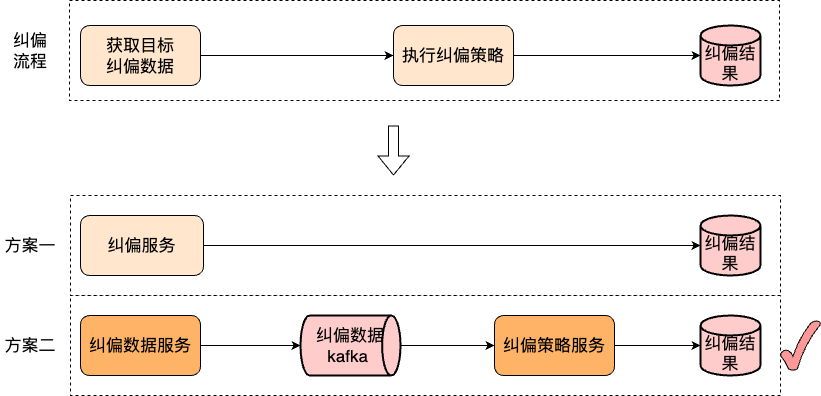
This is work-draw-file/纠偏之支持不同的纠偏策略.png from liujunao/draw-data, a draw.io export, as it was before one commit. Source tidied: cells renumbered, new cells last; positions are measured from the earlier drawing's top-left corner, leaving out a move shared by most shapes.
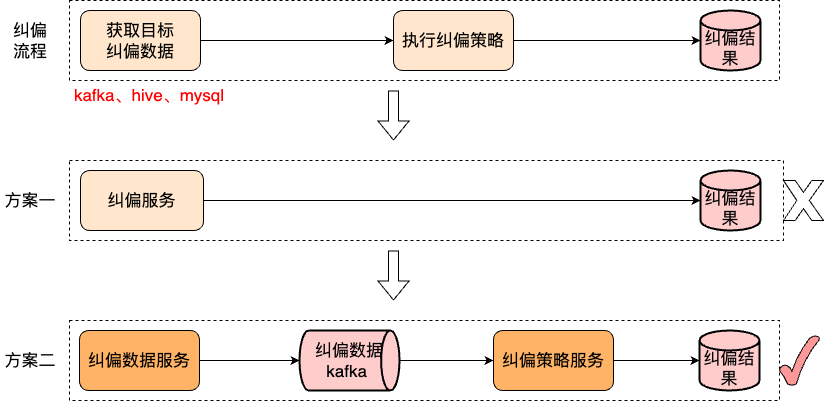
Later version of the same file.

Commit message:
更新纠偏之支持不同的纠偏策略.png

What changed in the source:
```diff
@@ -3,76 +3,88 @@
     <mxCell id="0" />
     <mxCell id="1" parent="0" />
     <mxCell id="2" style="rounded=0;whiteSpace=wrap;html=1;dashed=1;" parent="1" vertex="1">
-      <mxGeometry x="69" width="710" height="100" as="geometry" />
+      <mxGeometry x="62" y="-25" width="710" height="80" as="geometry" />
     </mxCell>
     <mxCell id="3" style="rounded=0;whiteSpace=wrap;html=1;dashed=1;" parent="1" vertex="1">
-      <mxGeometry x="70" y="295" width="710" height="100" as="geometry" />
+      <mxGeometry x="62" y="295" width="710" height="80" as="geometry" />
     </mxCell>
     <mxCell id="4" style="rounded=0;whiteSpace=wrap;html=1;dashed=1;" parent="1" vertex="1">
-      <mxGeometry x="70" y="195" width="710" height="100" as="geometry" />
+      <mxGeometry x="62" y="135" width="714" height="80" as="geometry" />
     </mxCell>
     <mxCell id="5" style="edgeStyle=orthogonalEdgeStyle;rounded=0;jettySize=auto;html=1;exitX=1;exitY=0.5;exitDx=0;exitDy=0;" parent="1" edge="1" source="6" target="8">
       <mxGeometry relative="1" as="geometry" />
     </mxCell>
     <mxCell id="6" value="&lt;font size=&quot;3&quot;&gt;纠偏数据服务&lt;/font&gt;" style="rounded=1;whiteSpace=wrap;html=1;fillColor=#FFB366;" parent="1" vertex="1">
-      <mxGeometry x="80" y="315" width="120" height="60" as="geometry" />
+      <mxGeometry x="72" y="305" width="120" height="60" as="geometry" />
     </mxCell>
     <mxCell id="7" style="edgeStyle=orthogonalEdgeStyle;rounded=0;jettySize=auto;html=1;exitX=1;exitY=0.5;exitDx=0;exitDy=0;exitPerimeter=0;entryX=0;entryY=0.5;entryDx=0;entryDy=0;" parent="1" edge="1" source="8" target="10">
       <mxGeometry relative="1" as="geometry" />
     </mxCell>
     <mxCell id="8" value="&lt;font size=&quot;3&quot;&gt;纠偏数据&lt;br&gt;kafka&amp;nbsp;&lt;/font&gt;" style="strokeWidth=2;html=1;shape=mxgraph.flowchart.direct_data;whiteSpace=wrap;fillColor=#FFCCCC;" parent="1" vertex="1">
-      <mxGeometry x="300" y="315" width="100" height="60" as="geometry" />
+      <mxGeometry x="292" y="305" width="100" height="60" as="geometry" />
     </mxCell>
     <mxCell id="9" style="edgeStyle=orthogonalEdgeStyle;rounded=0;jettySize=auto;html=1;exitX=1;exitY=0.5;exitDx=0;exitDy=0;" parent="1" edge="1" source="10" target="16">
       <mxGeometry relative="1" as="geometry" />
     </mxCell>
     <mxCell id="10" value="&lt;font size=&quot;3&quot;&gt;纠偏策略服务&lt;/font&gt;" style="rounded=1;whiteSpace=wrap;html=1;fillColor=#FFB366;" parent="1" vertex="1">
-      <mxGeometry x="494" y="315" width="120" height="60" as="geometry" />
+      <mxGeometry x="486" y="305" width="120" height="60" as="geometry" />
     </mxCell>
     <mxCell id="11" style="edgeStyle=orthogonalEdgeStyle;rounded=0;jettySize=auto;html=1;exitX=1;exitY=0.5;exitDx=0;exitDy=0;" parent="1" edge="1" source="12" target="14">
       <mxGeometry relative="1" as="geometry" />
     </mxCell>
     <mxCell id="12" value="&lt;font size=&quot;3&quot;&gt;获取目标&lt;br&gt;纠偏数据&lt;/font&gt;" style="rounded=1;whiteSpace=wrap;html=1;fillColor=#FFE6CC;" parent="1" vertex="1">
-      <mxGeometry x="80" y="25" width="120" height="60" as="geometry" />
+      <mxGeometry x="73" y="-15" width="120" height="60" as="geometry" />
     </mxCell>
     <mxCell id="13" style="edgeStyle=orthogonalEdgeStyle;rounded=0;jettySize=auto;html=1;exitX=1;exitY=0.5;exitDx=0;exitDy=0;" parent="1" edge="1" source="14" target="15">
       <mxGeometry relative="1" as="geometry" />
     </mxCell>
     <mxCell id="14" value="&lt;font size=&quot;3&quot;&gt;执行纠偏策略&lt;/font&gt;" style="rounded=1;whiteSpace=wrap;html=1;fillColor=#FFE6CC;" parent="1" vertex="1">
-      <mxGeometry x="393" y="25" width="120" height="60" as="geometry" />
+      <mxGeometry x="386" y="-15" width="120" height="60" as="geometry" />
     </mxCell>
     <mxCell id="15" value="&lt;br&gt;&lt;font size=&quot;3&quot;&gt;纠偏结果&lt;/font&gt;" style="strokeWidth=2;html=1;shape=mxgraph.flowchart.database;whiteSpace=wrap;fillColor=#FFCCCC;" parent="1" vertex="1">
-      <mxGeometry x="700" y="25" width="60" height="60" as="geometry" />
+      <mxGeometry x="693" y="-15" width="60" height="60" as="geometry" />
     </mxCell>
     <mxCell id="16" value="&lt;br&gt;&lt;font size=&quot;3&quot;&gt;纠偏结果&lt;/font&gt;" style="strokeWidth=2;html=1;shape=mxgraph.flowchart.database;whiteSpace=wrap;fillColor=#FFCCCC;" parent="1" vertex="1">
-      <mxGeometry x="700" y="315" width="60" height="60" as="geometry" />
+      <mxGeometry x="692" y="305" width="60" height="60" as="geometry" />
     </mxCell>
     <mxCell id="17" value="&lt;font size=&quot;3&quot;&gt;方案一&lt;/font&gt;" style="text;html=1;strokeColor=none;fillColor=none;align=center;verticalAlign=middle;whiteSpace=wrap;rounded=0;" parent="1" vertex="1">
-      <mxGeometry y="230" width="60" height="30" as="geometry" />
+      <mxGeometry x="-7" y="160" width="60" height="30" as="geometry" />
     </mxCell>
     <mxCell id="18" value="&lt;font size=&quot;3&quot;&gt;方案二&lt;/font&gt;" style="text;html=1;strokeColor=none;fillColor=none;align=center;verticalAlign=middle;whiteSpace=wrap;rounded=0;" parent="1" vertex="1">
-      <mxGeometry y="330" width="60" height="30" as="geometry" />
+      <mxGeometry x="-7" y="320" width="60" height="30" as="geometry" />
     </mxCell>
     <mxCell id="19" style="verticalLabelPosition=bottom;verticalAlign=top;html=1;shape=mxgraph.basic.tick;fillColor=#FF9999;" parent="1" vertex="1">
-      <mxGeometry x="780" y="320" width="40" height="50" as="geometry" />
+      <mxGeometry x="772" y="310" width="40" height="50" as="geometry" />
     </mxCell>
     <mxCell id="20" style="edgeStyle=orthogonalEdgeStyle;rounded=0;jettySize=auto;html=1;exitX=1;exitY=0.5;exitDx=0;exitDy=0;" parent="1" edge="1" source="21" target="22">
       <mxGeometry relative="1" as="geometry" />
     </mxCell>
     <mxCell id="21" value="&lt;font size=&quot;3&quot;&gt;纠偏服务&lt;br&gt;&lt;/font&gt;" style="rounded=1;whiteSpace=wrap;html=1;fillColor=#FFE6CC;" parent="1" vertex="1">
-      <mxGeometry x="80" y="215" width="123" height="60" as="geometry" />
+      <mxGeometry x="73" y="145" width="123" height="60" as="geometry" />
     </mxCell>
     <mxCell id="22" value="&lt;br&gt;&lt;font size=&quot;3&quot;&gt;纠偏结果&lt;/font&gt;" style="strokeWidth=2;html=1;shape=mxgraph.flowchart.database;whiteSpace=wrap;fillColor=#FFCCCC;" parent="1" vertex="1">
-      <mxGeometry x="700" y="215" width="60" height="60" as="geometry" />
+      <mxGeometry x="693" y="145" width="60" height="60" as="geometry" />
     </mxCell>
     <mxCell id="23" value="&lt;font size=&quot;3&quot;&gt;纠偏&lt;br&gt;流程&lt;/font&gt;" style="text;html=1;strokeColor=none;fillColor=none;align=center;verticalAlign=middle;whiteSpace=wrap;rounded=0;" parent="1" vertex="1">
-      <mxGeometry y="35" width="60" height="30" as="geometry" />
+      <mxGeometry x="-7" width="60" height="30" as="geometry" />
     </mxCell>
     <mxCell id="24" style="shape=flexArrow;endArrow=classic;html=1;rounded=0;" parent="1" edge="1">
       <mxGeometry relative="1" as="geometry">
-        <mxPoint x="393" y="125" as="sourcePoint" />
-        <mxPoint x="393" y="175" as="targetPoint" />
+        <mxPoint x="386" y="65" as="sourcePoint" />
+        <mxPoint x="386" y="115" as="targetPoint" />
       </mxGeometry>
     </mxCell>
+    <mxCell id="25" style="shape=flexArrow;endArrow=classic;html=1;rounded=0;" parent="1" edge="1">
+      <mxGeometry relative="1" as="geometry">
+        <mxPoint x="386" y="225" as="sourcePoint" />
+        <mxPoint x="386" y="275" as="targetPoint" />
+      </mxGeometry>
+    </mxCell>
+    <mxCell id="26" value="&lt;font color=&quot;#ff0000&quot; style=&quot;font-size: 17px;&quot;&gt;kafka、hive、mysql&lt;/font&gt;" style="text;html=1;strokeColor=none;fillColor=none;align=center;verticalAlign=middle;whiteSpace=wrap;rounded=0;" parent="1" vertex="1">
+      <mxGeometry x="62" y="55" width="160" height="30" as="geometry" />
+    </mxCell>
+    <mxCell id="27" style="verticalLabelPosition=bottom;verticalAlign=top;html=1;shape=mxgraph.basic.x;" parent="1" vertex="1">
+      <mxGeometry x="776" y="155" width="40" height="40" as="geometry" />
+    </mxCell>
   </root>
 </mxGraphModel>
```
